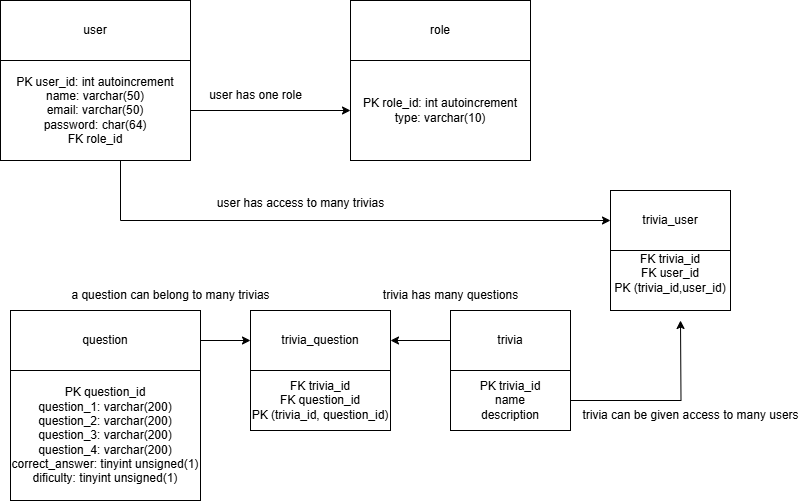
Before: database_simplified_diagram.png, a diagram exported from draw.io (FabianRuizF/TalaTrivia). Source tidied: cells renumbered, new cells last; positions are measured from the earlier drawing's top-left corner, leaving out a move shared by most shapes.
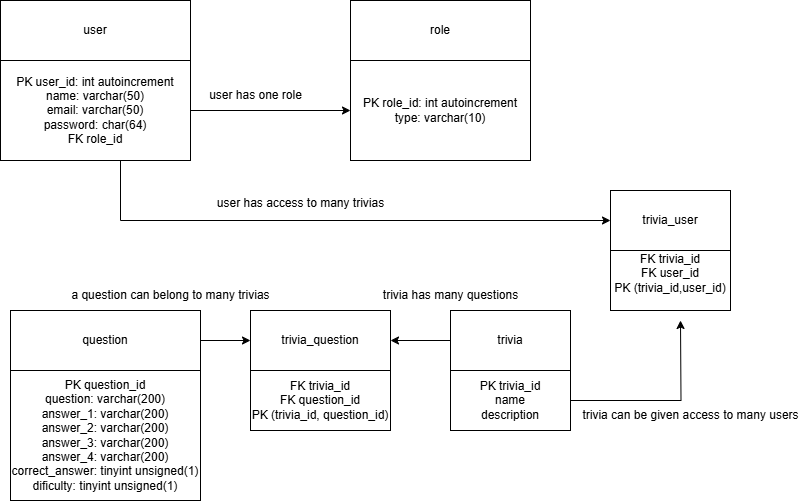
After the commit.

Commit message:
Modify database diagram, changed wrongly named question_1, question_2 ... , to answer_1, answer_2

Diff of the diagram source:
```diff
@@ -27,7 +27,7 @@
     <mxCell id="7" value="PK user_id: int autoincrement&lt;div&gt;name: varchar(50)&lt;/div&gt;&lt;div&gt;email: varchar(50)&lt;/div&gt;&lt;div&gt;password: char(64)&lt;/div&gt;&lt;div&gt;FK role_id&lt;/div&gt;" style="rounded=0;whiteSpace=wrap;html=1;" parent="1" vertex="1">
       <mxGeometry y="60" width="190" height="100" as="geometry" />
     </mxCell>
-    <mxCell id="8" value="&lt;div&gt;PK question_id&lt;/div&gt;question_1: varchar(200)&lt;div&gt;question_2: varchar(200)&lt;/div&gt;&lt;div&gt;question_3: varchar(200)&lt;/div&gt;&lt;div&gt;question_4: varchar(200)&lt;/div&gt;&lt;div&gt;correct_answer: tinyint unsigned(1)&lt;/div&gt;&lt;div&gt;dificulty: tinyint unsigned(1)&lt;/div&gt;" style="rounded=0;whiteSpace=wrap;html=1;" parent="1" vertex="1">
+    <mxCell id="8" value="&lt;div&gt;PK question_id&lt;/div&gt;&lt;div&gt;question: varchar(200)&lt;/div&gt;answer_1: varchar(200)&lt;div&gt;answer_2: varchar(200)&lt;/div&gt;&lt;div&gt;answer_3: varchar(200)&lt;/div&gt;&lt;div&gt;answer_4: varchar(200)&lt;/div&gt;&lt;div&gt;correct_answer: tinyint unsigned(1)&lt;/div&gt;&lt;div&gt;dificulty: tinyint unsigned(1)&lt;/div&gt;" style="rounded=0;whiteSpace=wrap;html=1;" parent="1" vertex="1">
       <mxGeometry x="10" y="370" width="190" height="130" as="geometry" />
     </mxCell>
     <mxCell id="9" style="edgeStyle=orthogonalEdgeStyle;rounded=0;jettySize=auto;html=1;entryX=1;entryY=0.5;entryDx=0;entryDy=0;" parent="1" edge="1" source="10" target="15">
```
